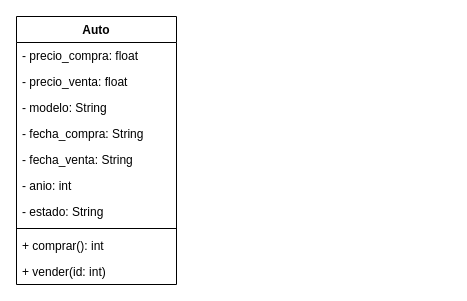
lea260/autitos keeps this draw.io diagram as diagrama/coche.drawio. Above is the earlier version. Source tidied: cells renumbered, new cells numbered last; positions are measured from the earlier drawing's top-left corner, leaving out a move shared by most shapes. Both pictures are drawn from the tidied source at 100%, with x=0, y=0 at pixel (16, 16).
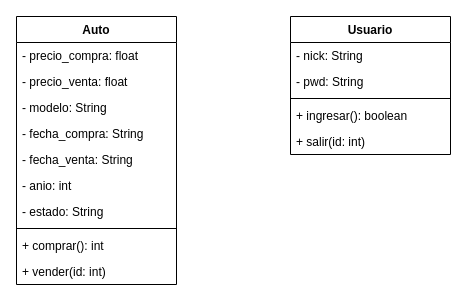
The same page after the edit.

Diff of the diagram source:
```diff
@@
 <mxGraphModel>
   <root>
     <mxCell id="0" />
     <mxCell id="1" parent="0" />
     <mxCell id="2" value="Auto" style="swimlane;fontStyle=1;align=center;verticalAlign=top;horizontal=1;startSize=26;" parent="1" vertex="1">
       <mxGeometry width="160" height="268" as="geometry" />
     </mxCell>
     <mxCell id="3" value="- precio_compra: float" style="text;strokeColor=none;fillColor=none;align=left;verticalAlign=top;spacingLeft=4;spacingRight=4;overflow=hidden;" parent="2" vertex="1">
       <mxGeometry y="26" width="160" height="26" as="geometry" />
     </mxCell>
     <mxCell id="4" value="- precio_venta: float" style="text;strokeColor=none;fillColor=none;align=left;verticalAlign=top;spacingLeft=4;spacingRight=4;overflow=hidden;" parent="2" vertex="1">
       <mxGeometry y="52" width="160" height="26" as="geometry" />
     </mxCell>
     <mxCell id="5" value="- modelo: String" style="text;strokeColor=none;fillColor=none;align=left;verticalAlign=top;spacingLeft=4;spacingRight=4;overflow=hidden;" parent="2" vertex="1">
       <mxGeometry y="78" width="160" height="26" as="geometry" />
     </mxCell>
     <mxCell id="6" value="- fecha_compra: String" style="text;strokeColor=none;fillColor=none;align=left;verticalAlign=top;spacingLeft=4;spacingRight=4;overflow=hidden;" parent="2" vertex="1">
       <mxGeometry y="104" width="160" height="26" as="geometry" />
     </mxCell>
     <mxCell id="7" value="- fecha_venta: String" style="text;strokeColor=none;fillColor=none;align=left;verticalAlign=top;spacingLeft=4;spacingRight=4;overflow=hidden;" parent="2" vertex="1">
       <mxGeometry y="130" width="160" height="26" as="geometry" />
     </mxCell>
     <mxCell id="8" value="- anio: int" style="text;strokeColor=none;fillColor=none;align=left;verticalAlign=top;spacingLeft=4;spacingRight=4;overflow=hidden;" parent="2" vertex="1">
       <mxGeometry y="156" width="160" height="26" as="geometry" />
     </mxCell>
     <mxCell id="9" value="- estado: String" style="text;strokeColor=none;fillColor=none;align=left;verticalAlign=top;spacingLeft=4;spacingRight=4;overflow=hidden;" parent="2" vertex="1">
       <mxGeometry y="182" width="160" height="26" as="geometry" />
     </mxCell>
     <mxCell id="10" style="line;strokeWidth=1;fillColor=none;align=left;verticalAlign=middle;spacingTop=-1;spacingLeft=3;spacingRight=3;labelPosition=right;strokeColor=inherit;" parent="2" vertex="1">
       <mxGeometry y="208" width="160" height="8" as="geometry" />
     </mxCell>
     <mxCell id="11" value="+ comprar(): int" style="text;strokeColor=none;fillColor=none;align=left;verticalAlign=top;spacingLeft=4;spacingRight=4;overflow=hidden;" parent="2" vertex="1">
       <mxGeometry y="216" width="160" height="26" as="geometry" />
     </mxCell>
     <mxCell id="12" value="+ vender(id: int)" style="text;strokeColor=none;fillColor=none;align=left;verticalAlign=top;spacingLeft=4;spacingRight=4;overflow=hidden;" parent="2" vertex="1">
       <mxGeometry y="242" width="160" height="26" as="geometry" />
     </mxCell>
+    <mxCell id="13" value="Usuario" style="swimlane;fontStyle=1;align=center;verticalAlign=top;horizontal=1;startSize=26;" parent="1" vertex="1">
+      <mxGeometry x="274" width="160" height="138" as="geometry" />
+    </mxCell>
+    <mxCell id="14" value="- nick: String&#10;" style="text;strokeColor=none;fillColor=none;align=left;verticalAlign=top;spacingLeft=4;spacingRight=4;overflow=hidden;" parent="13" vertex="1">
+      <mxGeometry y="26" width="160" height="26" as="geometry" />
+    </mxCell>
+    <mxCell id="15" value="- pwd: String" style="text;strokeColor=none;fillColor=none;align=left;verticalAlign=top;spacingLeft=4;spacingRight=4;overflow=hidden;" parent="13" vertex="1">
+      <mxGeometry y="52" width="160" height="26" as="geometry" />
+    </mxCell>
+    <mxCell id="16" style="line;strokeWidth=1;fillColor=none;align=left;verticalAlign=middle;spacingTop=-1;spacingLeft=3;spacingRight=3;labelPosition=right;strokeColor=inherit;" parent="13" vertex="1">
+      <mxGeometry y="78" width="160" height="8" as="geometry" />
+    </mxCell>
+    <mxCell id="17" value="+ ingresar(): boolean" style="text;strokeColor=none;fillColor=none;align=left;verticalAlign=top;spacingLeft=4;spacingRight=4;overflow=hidden;" parent="13" vertex="1">
+      <mxGeometry y="86" width="160" height="26" as="geometry" />
+    </mxCell>
+    <mxCell id="18" value="+ salir(id: int)" style="text;strokeColor=none;fillColor=none;align=left;verticalAlign=top;spacingLeft=4;spacingRight=4;overflow=hidden;" parent="13" vertex="1">
+      <mxGeometry y="112" width="160" height="26" as="geometry" />
+    </mxCell>
   </root>
 </mxGraphModel>
```
